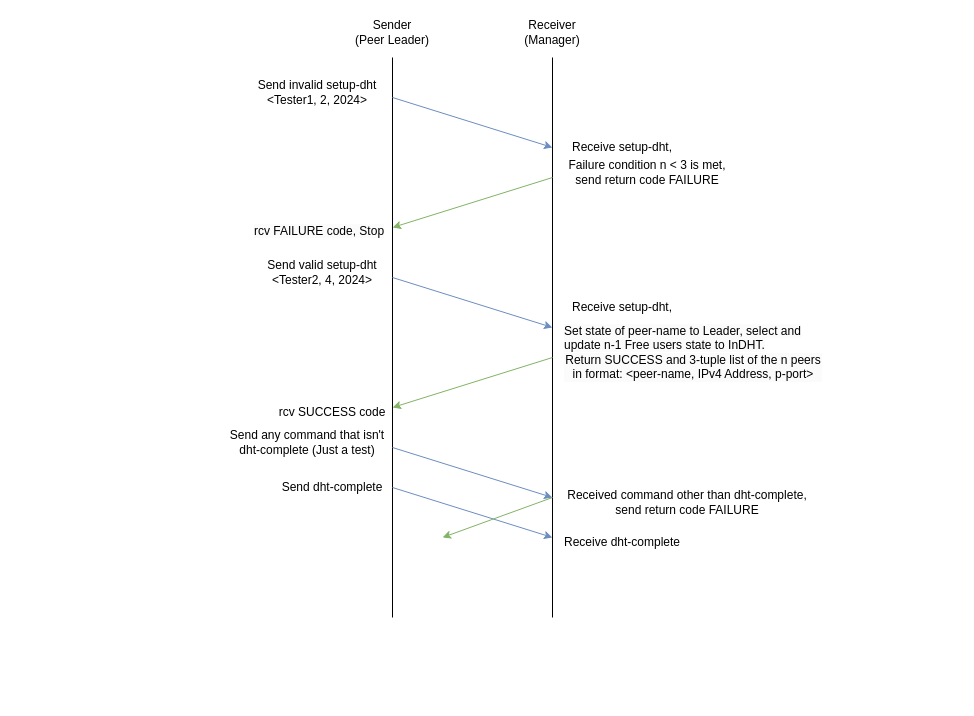
Above: Final_TS2.drawio in TalonRoberts/cse360_helloworld (draw.io), before the change. Source tidied: cells renumbered, new cells numbered last; positions are measured from the earlier drawing's top-left corner, leaving out a move shared by most shapes. Both pictures are drawn from the tidied source at 100%, with x=0, y=0 at pixel (227, 17).
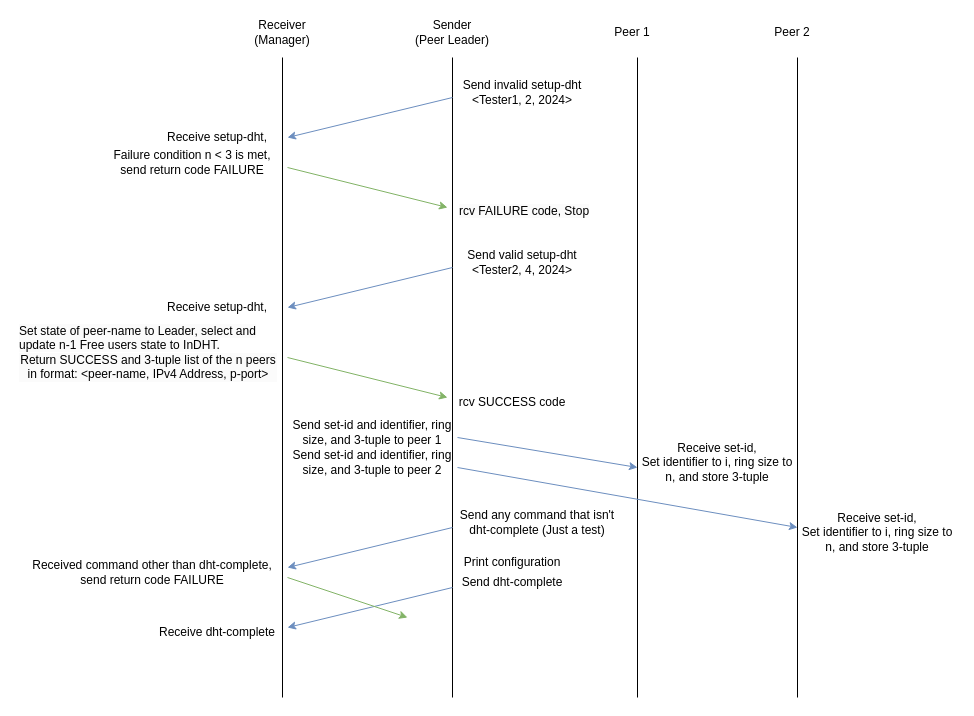
The same diagram, later.

The edit, as a diff of the source:
```diff
@@
     <mxCell id="2" style="endArrow=none;html=1;rounded=0;" parent="1" edge="1">
       <mxGeometry relative="1" as="geometry">
-        <mxPoint x="165" y="600" as="sourcePoint" />
-        <mxPoint x="165" y="40" as="targetPoint" />
+        <mxPoint x="55" y="680" as="sourcePoint" />
+        <mxPoint x="55" y="40" as="targetPoint" />
       </mxGeometry>
     </mxCell>
     <mxCell id="3" style="endArrow=none;html=1;rounded=0;" parent="1" edge="1">
       <mxGeometry relative="1" as="geometry">
-        <mxPoint x="325" y="600" as="sourcePoint" />
-        <mxPoint x="325" y="40" as="targetPoint" />
+        <mxPoint x="225" y="680" as="sourcePoint" />
+        <mxPoint x="225" y="40" as="targetPoint" />
       </mxGeometry>
     </mxCell>
     <mxCell id="4" style="endArrow=classic;html=1;rounded=0;fillColor=#dae8fc;strokeColor=#6c8ebf;" parent="1" edge="1">
       <mxGeometry relative="1" as="geometry">
-        <mxPoint x="165" y="80" as="sourcePoint" />
-        <mxPoint x="325" y="130" as="targetPoint" />
+        <mxPoint x="225" y="80" as="sourcePoint" />
+        <mxPoint x="60" y="120" as="targetPoint" />
       </mxGeometry>
     </mxCell>
     <mxCell id="5" value="Sender&lt;div&gt;(Peer Leader)&lt;/div&gt;" style="text;strokeColor=none;align=center;fillColor=none;html=1;verticalAlign=middle;whiteSpace=wrap;rounded=0;" parent="1" vertex="1">
-      <mxGeometry x="120" width="90" height="30" as="geometry" />
+      <mxGeometry x="180" width="90" height="30" as="geometry" />
     </mxCell>
     <mxCell id="6" value="Receiver&lt;div&gt;(Manager)&lt;/div&gt;" style="text;strokeColor=none;align=center;fillColor=none;html=1;verticalAlign=middle;whiteSpace=wrap;rounded=0;" parent="1" vertex="1">
-      <mxGeometry x="295" width="60" height="30" as="geometry" />
+      <mxGeometry x="20" width="70" height="30" as="geometry" />
     </mxCell>
     <mxCell id="7" value="Send invalid setup-dht&lt;div&gt;&amp;lt;Tester1, 2, 2024&amp;gt;&lt;/div&gt;" style="text;strokeColor=none;align=center;fillColor=none;html=1;verticalAlign=middle;whiteSpace=wrap;rounded=0;" parent="1" vertex="1">
-      <mxGeometry x="25" y="60" width="130" height="30" as="geometry" />
+      <mxGeometry x="230" y="60" width="130" height="30" as="geometry" />
     </mxCell>
     <mxCell id="8" value="Receive setup-dht," style="text;strokeColor=none;align=center;fillColor=none;html=1;verticalAlign=middle;whiteSpace=wrap;rounded=0;" parent="1" vertex="1">
-      <mxGeometry x="335" y="120" width="120" height="20" as="geometry" />
+      <mxGeometry x="-70" y="110" width="120" height="20" as="geometry" />
     </mxCell>
     <mxCell id="9" value="Failure condition n &amp;lt; 3 is met,&lt;div&gt;send return code FAILURE&lt;/div&gt;" style="text;strokeColor=none;align=center;fillColor=none;html=1;verticalAlign=middle;whiteSpace=wrap;rounded=0;" parent="1" vertex="1">
-      <mxGeometry x="335" y="140" width="170" height="30" as="geometry" />
+      <mxGeometry x="-120" y="130" width="170" height="30" as="geometry" />
     </mxCell>
-    <mxCell id="10" style="endArrow=classic;html=1;rounded=0;fillColor=#d5e8d4;strokeColor=#82b366;entryX=1;entryY=0;entryDx=0;entryDy=0;" parent="1" edge="1">
+    <mxCell id="10" style="endArrow=classic;html=1;rounded=0;fillColor=#d5e8d4;strokeColor=#82b366;" parent="1" edge="1">
       <mxGeometry relative="1" as="geometry">
-        <mxPoint x="325" y="160" as="sourcePoint" />
-        <mxPoint x="165" y="210" as="targetPoint" />
+        <mxPoint x="60" y="150" as="sourcePoint" />
+        <mxPoint x="220" y="190" as="targetPoint" />
       </mxGeometry>
     </mxCell>
     <mxCell id="11" style="endArrow=classic;html=1;rounded=0;fillColor=#d5e8d4;strokeColor=#82b366;" parent="1" edge="1">
       <mxGeometry relative="1" as="geometry">
-        <mxPoint x="325" y="340" as="sourcePoint" />
-        <mxPoint x="165" y="390" as="targetPoint" />
+        <mxPoint x="60" y="340" as="sourcePoint" />
+        <mxPoint x="220" y="380" as="targetPoint" />
       </mxGeometry>
     </mxCell>
     <mxCell id="12" value="rcv SUCCESS code" style="text;strokeColor=none;align=center;fillColor=none;html=1;verticalAlign=middle;whiteSpace=wrap;rounded=0;" parent="1" vertex="1">
-      <mxGeometry x="50" y="380" width="110" height="30" as="geometry" />
+      <mxGeometry x="230" y="370" width="110" height="30" as="geometry" />
     </mxCell>
     <mxCell id="13" value="&lt;span style=&quot;color: rgb(0, 0, 0); font-family: Helvetica; font-size: 12px; font-style: normal; font-variant-ligatures: normal; font-variant-caps: normal; font-weight: 400; letter-spacing: normal; orphans: 2; text-align: center; text-indent: 0px; text-transform: none; widows: 2; word-spacing: 0px; -webkit-text-stroke-width: 0px; white-space: normal; background-color: rgb(251, 251, 251); text-decoration-thickness: initial; text-decoration-style: initial; text-decoration-color: initial; float: none; display: inline !important;&quot;&gt;rcv FAILURE code, Stop&lt;/span&gt;" style="text;whiteSpace=wrap;html=1;" parent="1" vertex="1">
-      <mxGeometry x="25" y="200" width="140" height="40" as="geometry" />
+      <mxGeometry x="230" y="180" width="140" height="40" as="geometry" />
     </mxCell>
     <mxCell id="14" value="&lt;span style=&quot;color: rgb(0, 0, 0); font-family: Helvetica; font-size: 12px; font-style: normal; font-variant-ligatures: normal; font-variant-caps: normal; font-weight: 400; letter-spacing: normal; orphans: 2; text-align: center; text-indent: 0px; text-transform: none; widows: 2; word-spacing: 0px; -webkit-text-stroke-width: 0px; white-space: normal; background-color: rgb(251, 251, 251); text-decoration-thickness: initial; text-decoration-style: initial; text-decoration-color: initial; float: none; display: inline !important;&quot;&gt;Set state of peer-name to Leader, select and update n-1 Free users state to InDHT.&lt;/span&gt;&lt;div style=&quot;--tw-border-spacing-x: 0; --tw-border-spacing-y: 0; --tw-translate-x: 0; --tw-translate-y: 0; --tw-rotate: 0; --tw-skew-x: 0; --tw-skew-y: 0; --tw-scale-x: 1; --tw-scale-y: 1; --tw-pan-x: ; --tw-pan-y: ; --tw-pinch-zoom: ; --tw-scroll-snap-strictness: proximity; --tw-gradient-from-position: ; --tw-gradient-via-position: ; --tw-gradient-to-position: ; --tw-ordinal: ; --tw-slashed-zero: ; --tw-numeric-figure: ; --tw-numeric-spacing: ; --tw-numeric-fraction: ; --tw-ring-inset: ; --tw-ring-offset-width: 0px; --tw-ring-offset-color: light-dark(#fff, #000000); --tw-ring-color: rgb(59 130 246 / .5); --tw-ring-offset-shadow: 0 0 #0000; --tw-ring-shadow: 0 0 #0000; --tw-shadow: 0 0 #0000; --tw-shadow-colored: 0 0 #0000; --tw-blur: ; --tw-brightness: ; --tw-contrast: ; --tw-grayscale: ; --tw-hue-rotate: ; --tw-invert: ; --tw-saturate: ; --tw-sepia: ; --tw-drop-shadow: ; --tw-backdrop-blur: ; --tw-backdrop-brightness: ; --tw-backdrop-contrast: ; --tw-backdrop-grayscale: ; --tw-backdrop-hue-rotate: ; --tw-backdrop-invert: ; --tw-backdrop-opacity: ; --tw-backdrop-saturate: ; --tw-backdrop-sepia: ; forced-color-adjust: none; color: rgb(0, 0, 0); font-family: Helvetica; font-size: 12px; font-style: normal; font-variant-ligatures: normal; font-variant-caps: normal; font-weight: 400; letter-spacing: normal; orphans: 2; text-align: center; text-indent: 0px; text-transform: none; widows: 2; word-spacing: 0px; -webkit-text-stroke-width: 0px; white-space: normal; background-color: rgb(251, 251, 251); text-decoration-thickness: initial; text-decoration-style: initial; text-decoration-color: initial;&quot;&gt;Return SUCCESS and 3-tuple list of the n peers in format: &amp;lt;peer-name, IPv4 Address, p-port&amp;gt;&lt;/div&gt;" style="text;whiteSpace=wrap;html=1;" parent="1" vertex="1">
-      <mxGeometry x="335" y="300" width="260" height="110" as="geometry" />
+      <mxGeometry x="-210" y="300" width="260" height="110" as="geometry" />
     </mxCell>
     <mxCell id="15" value="Send dht-complete" style="text;strokeColor=none;align=center;fillColor=none;html=1;verticalAlign=middle;whiteSpace=wrap;rounded=0;" parent="1" vertex="1">
-      <mxGeometry x="50" y="455" width="110" height="30" as="geometry" />
+      <mxGeometry x="230" y="550" width="110" height="30" as="geometry" />
     </mxCell>
     <mxCell id="16" style="endArrow=classic;html=1;rounded=0;fillColor=#dae8fc;strokeColor=#6c8ebf;" parent="1" edge="1">
       <mxGeometry relative="1" as="geometry">
-        <mxPoint x="165" y="430" as="sourcePoint" />
-        <mxPoint x="325" y="480" as="targetPoint" />
+        <mxPoint x="225" y="510" as="sourcePoint" />
+        <mxPoint x="60" y="550" as="targetPoint" />
       </mxGeometry>
     </mxCell>
     <mxCell id="17" value="Send any command that isn't dht-complete (Just a test)" style="text;strokeColor=none;align=center;fillColor=none;html=1;verticalAlign=middle;whiteSpace=wrap;rounded=0;" parent="1" vertex="1">
-      <mxGeometry y="410" width="160" height="30" as="geometry" />
+      <mxGeometry x="230" y="490" width="160" height="30" as="geometry" />
     </mxCell>
     <mxCell id="18" style="endArrow=classic;html=1;rounded=0;fillColor=#dae8fc;strokeColor=#6c8ebf;" parent="1" edge="1">
       <mxGeometry relative="1" as="geometry">
-        <mxPoint x="165" y="470" as="sourcePoint" />
-        <mxPoint x="325" y="520" as="targetPoint" />
+        <mxPoint x="225" y="570" as="sourcePoint" />
+        <mxPoint x="60" y="610" as="targetPoint" />
       </mxGeometry>
     </mxCell>
     <mxCell id="19" value="Received command other than dht-complete, send return code FAILURE" style="text;strokeColor=none;align=center;fillColor=none;html=1;verticalAlign=middle;whiteSpace=wrap;rounded=0;" parent="1" vertex="1">
-      <mxGeometry x="335" y="470" width="250" height="30" as="geometry" />
+      <mxGeometry x="-200" y="540" width="250" height="30" as="geometry" />
     </mxCell>
     <mxCell id="20" value="Receive dht-complete" style="text;strokeColor=none;align=center;fillColor=none;html=1;verticalAlign=middle;whiteSpace=wrap;rounded=0;" parent="1" vertex="1">
-      <mxGeometry x="335" y="510" width="120" height="30" as="geometry" />
+      <mxGeometry x="-70" y="600" width="120" height="30" as="geometry" />
     </mxCell>
     <mxCell id="21" style="endArrow=classic;html=1;rounded=0;fillColor=#d5e8d4;strokeColor=#82b366;" parent="1" edge="1">
       <mxGeometry relative="1" as="geometry">
-        <mxPoint x="325" y="480" as="sourcePoint" />
-        <mxPoint x="215" y="520" as="targetPoint" />
+        <mxPoint x="60" y="560" as="sourcePoint" />
+        <mxPoint x="180" y="600" as="targetPoint" />
       </mxGeometry>
     </mxCell>
     <mxCell id="22" value="Send valid setup-dht&lt;div&gt;&amp;lt;Tester2, 4, 2024&amp;gt;&lt;/div&gt;" style="text;strokeColor=none;align=center;fillColor=none;html=1;verticalAlign=middle;whiteSpace=wrap;rounded=0;" parent="1" vertex="1">
-      <mxGeometry x="30" y="240" width="130" height="30" as="geometry" />
+      <mxGeometry x="230" y="230" width="130" height="30" as="geometry" />
     </mxCell>
     <mxCell id="23" style="endArrow=classic;html=1;rounded=0;fillColor=#dae8fc;strokeColor=#6c8ebf;" parent="1" edge="1">
       <mxGeometry relative="1" as="geometry">
-        <mxPoint x="165" y="260" as="sourcePoint" />
-        <mxPoint x="325" y="310" as="targetPoint" />
+        <mxPoint x="225" y="250" as="sourcePoint" />
+        <mxPoint x="60" y="290" as="targetPoint" />
       </mxGeometry>
     </mxCell>
     <mxCell id="24" value="Receive setup-dht," style="text;strokeColor=none;align=center;fillColor=none;html=1;verticalAlign=middle;whiteSpace=wrap;rounded=0;" parent="1" vertex="1">
-      <mxGeometry x="335" y="280" width="120" height="20" as="geometry" />
+      <mxGeometry x="-70" y="280" width="120" height="20" as="geometry" />
     </mxCell>
+    <mxCell id="25" style="endArrow=none;html=1;rounded=0;" parent="1" edge="1">
+      <mxGeometry relative="1" as="geometry">
+        <mxPoint x="410" y="680" as="sourcePoint" />
+        <mxPoint x="410" y="40" as="targetPoint" />
+      </mxGeometry>
+    </mxCell>
+    <mxCell id="26" style="endArrow=none;html=1;rounded=0;" parent="1" edge="1">
+      <mxGeometry relative="1" as="geometry">
+        <mxPoint x="570" y="680" as="sourcePoint" />
+        <mxPoint x="570" y="40" as="targetPoint" />
+      </mxGeometry>
+    </mxCell>
+    <mxCell id="27" value="&lt;div&gt;Peer 1&lt;/div&gt;" style="text;strokeColor=none;align=center;fillColor=none;html=1;verticalAlign=middle;whiteSpace=wrap;rounded=0;" parent="1" vertex="1">
+      <mxGeometry x="360" width="90" height="30" as="geometry" />
+    </mxCell>
+    <mxCell id="28" value="&lt;div&gt;Peer 2&lt;/div&gt;" style="text;strokeColor=none;align=center;fillColor=none;html=1;verticalAlign=middle;whiteSpace=wrap;rounded=0;" parent="1" vertex="1">
+      <mxGeometry x="520" width="90" height="30" as="geometry" />
+    </mxCell>
+    <mxCell id="29" style="endArrow=classic;html=1;rounded=0;fillColor=#dae8fc;strokeColor=#6c8ebf;" parent="1" edge="1">
+      <mxGeometry relative="1" as="geometry">
+        <mxPoint x="230" y="420" as="sourcePoint" />
+        <mxPoint x="410" y="450" as="targetPoint" />
+      </mxGeometry>
+    </mxCell>
+    <mxCell id="30" style="endArrow=classic;html=1;rounded=0;fillColor=#dae8fc;strokeColor=#6c8ebf;" parent="1" edge="1">
+      <mxGeometry relative="1" as="geometry">
+        <mxPoint x="230" y="450" as="sourcePoint" />
+        <mxPoint x="570" y="510" as="targetPoint" />
+      </mxGeometry>
+    </mxCell>
+    <mxCell id="31" value="Send set-id and identifier, ring size, and 3-tuple to peer 1" style="text;strokeColor=none;align=center;fillColor=none;html=1;verticalAlign=middle;whiteSpace=wrap;rounded=0;" parent="1" vertex="1">
+      <mxGeometry x="60" y="400" width="170" height="30" as="geometry" />
+    </mxCell>
+    <mxCell id="32" value="Send set-id and identifier, ring size, and 3-tuple to peer 2" style="text;strokeColor=none;align=center;fillColor=none;html=1;verticalAlign=middle;whiteSpace=wrap;rounded=0;" parent="1" vertex="1">
+      <mxGeometry x="60" y="430" width="170" height="30" as="geometry" />
+    </mxCell>
+    <mxCell id="33" value="Receive set-id,&lt;div&gt;Set identifier to i, ring size to n, and store 3-tuple&lt;/div&gt;" style="text;strokeColor=none;align=center;fillColor=none;html=1;verticalAlign=middle;whiteSpace=wrap;rounded=0;" parent="1" vertex="1">
+      <mxGeometry x="410" y="430" width="160" height="30" as="geometry" />
+    </mxCell>
+    <mxCell id="34" value="Receive set-id,&lt;div&gt;Set identifier to i, ring size to n, and store 3-tuple&lt;/div&gt;" style="text;strokeColor=none;align=center;fillColor=none;html=1;verticalAlign=middle;whiteSpace=wrap;rounded=0;" parent="1" vertex="1">
+      <mxGeometry x="570" y="500" width="160" height="30" as="geometry" />
+    </mxCell>
+    <mxCell id="35" value="Print configuration" style="text;strokeColor=none;align=center;fillColor=none;html=1;verticalAlign=middle;whiteSpace=wrap;rounded=0;" parent="1" vertex="1">
+      <mxGeometry x="230" y="530" width="110" height="30" as="geometry" />
+    </mxCell>
```
